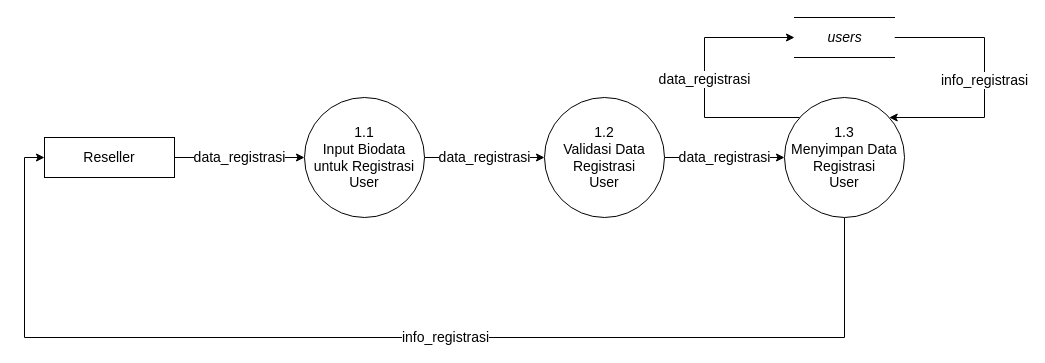
Before: laporan/DFD/DFD Level 1 Registrasi.drawio in FarrelArrahman/si_manajemen_reseller, a draw.io diagram. Source tidied: cells renumbered, new cells numbered last; positions are measured from the earlier drawing's top-left corner, leaving out a move shared by most shapes. Both pictures are drawn from the tidied source at 100%, with x=0, y=0 at pixel (24, 17).
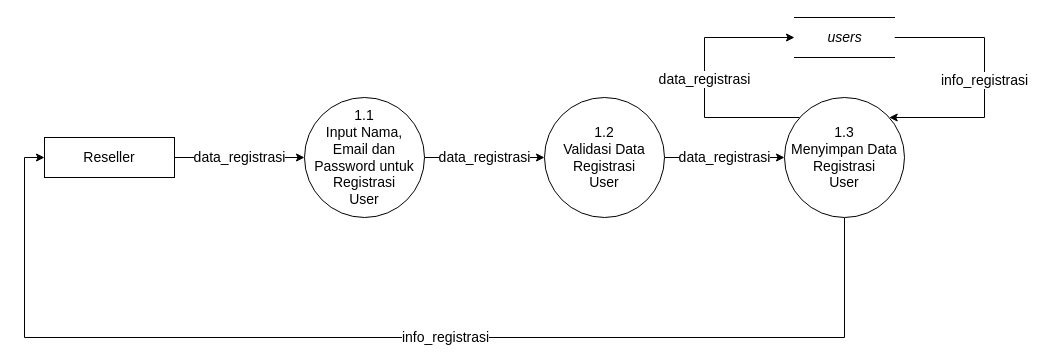
The same page after the edit.

Change to the diagram source:
```diff
@@
 <mxGraphModel>
   <root>
     <mxCell id="0" />
     <mxCell id="1" parent="0" />
     <mxCell id="2" value="data_registrasi" style="edgeStyle=orthogonalEdgeStyle;rounded=0;jettySize=auto;html=1;entryX=0;entryY=0.5;entryDx=0;entryDy=0;fontSize=14;" parent="1" edge="1" source="3" target="8">
       <mxGeometry relative="1" as="geometry" />
     </mxCell>
-    <mxCell id="3" value="&lt;font style=&quot;font-size: 14px&quot;&gt;1.1&lt;br style=&quot;font-size: 14px&quot;&gt;Input Biodata untuk Registrasi User&lt;br style=&quot;font-size: 14px&quot;&gt;&lt;/font&gt;" style="ellipse;whiteSpace=wrap;html=1;fontSize=14;" parent="1" vertex="1">
+    <mxCell id="3" value="&lt;font style=&quot;font-size: 14px&quot;&gt;1.1&lt;br style=&quot;font-size: 14px&quot;&gt;Input Nama, &lt;br&gt;Email dan Password untuk Registrasi &lt;br&gt;User&lt;br style=&quot;font-size: 14px&quot;&gt;&lt;/font&gt;" style="ellipse;whiteSpace=wrap;html=1;fontSize=14;" parent="1" vertex="1">
       <mxGeometry x="280" y="80" width="120" height="120" as="geometry" />
     </mxCell>
     <mxCell id="4" value="data_registrasi" style="edgeStyle=orthogonalEdgeStyle;rounded=0;jettySize=auto;html=1;fontSize=14;" parent="1" edge="1" source="5" target="3">
       <mxGeometry relative="1" as="geometry" />
     </mxCell>
     <mxCell id="5" value="Reseller" style="rounded=0;whiteSpace=wrap;html=1;fontSize=14;" parent="1" vertex="1">
       <mxGeometry x="20" y="120" width="130" height="40" as="geometry" />
     </mxCell>
     <mxCell id="6" value="data_registrasi" style="edgeStyle=orthogonalEdgeStyle;rounded=0;jettySize=auto;html=1;entryX=0;entryY=0.5;entryDx=0;entryDy=0;fontSize=14;" parent="1" edge="1" source="8" target="10">
       <mxGeometry relative="1" as="geometry" />
     </mxCell>
     <mxCell id="7" value="data_registrasi" style="edgeStyle=orthogonalEdgeStyle;rounded=0;jettySize=auto;html=1;entryX=0;entryY=0.5;entryDx=0;entryDy=0;fontSize=14;" parent="1" edge="1" source="10" target="12">
       <mxGeometry relative="1" as="geometry">
         <Array as="points">
           <mxPoint x="680" y="100" />
           <mxPoint x="680" y="20" />
         </Array>
       </mxGeometry>
     </mxCell>
     <mxCell id="8" value="&lt;font style=&quot;font-size: 14px&quot;&gt;1.2&lt;br style=&quot;font-size: 14px&quot;&gt;Validasi Data Registrasi &lt;br style=&quot;font-size: 14px&quot;&gt;User&lt;br style=&quot;font-size: 14px&quot;&gt;&lt;/font&gt;" style="ellipse;whiteSpace=wrap;html=1;fontSize=14;" parent="1" vertex="1">
       <mxGeometry x="520" y="80" width="120" height="120" as="geometry" />
     </mxCell>
     <mxCell id="9" value="info_registrasi" style="edgeStyle=orthogonalEdgeStyle;rounded=0;jettySize=auto;html=1;fontSize=14;" parent="1" edge="1" source="10" target="5">
       <mxGeometry x="-0.09" relative="1" as="geometry">
         <Array as="points">
           <mxPoint x="820" y="320" />
           <mxPoint y="320" />
           <mxPoint y="140" />
         </Array>
       </mxGeometry>
     </mxCell>
     <mxCell id="10" value="&lt;font style=&quot;font-size: 14px&quot;&gt;1.3&lt;br style=&quot;font-size: 14px&quot;&gt;Menyimpan Data Registrasi &lt;br style=&quot;font-size: 14px&quot;&gt;User&lt;br style=&quot;font-size: 14px&quot;&gt;&lt;/font&gt;" style="ellipse;whiteSpace=wrap;html=1;fontSize=14;" parent="1" vertex="1">
       <mxGeometry x="760" y="80" width="120" height="120" as="geometry" />
     </mxCell>
     <mxCell id="11" value="info_registrasi" style="edgeStyle=orthogonalEdgeStyle;rounded=0;jettySize=auto;html=1;exitX=1;exitY=0.5;exitDx=0;exitDy=0;fontSize=14;" parent="1" edge="1" source="12" target="10">
       <mxGeometry relative="1" as="geometry">
         <Array as="points">
           <mxPoint x="960" y="20" />
           <mxPoint x="960" y="100" />
         </Array>
       </mxGeometry>
     </mxCell>
     <mxCell id="12" value="users" style="html=1;dashed=0;whitespace=wrap;shape=partialRectangle;right=0;left=0;fontStyle=2;fontSize=14;" parent="1" vertex="1">
       <mxGeometry x="770" width="100" height="40" as="geometry" />
     </mxCell>
   </root>
 </mxGraphModel>
```
